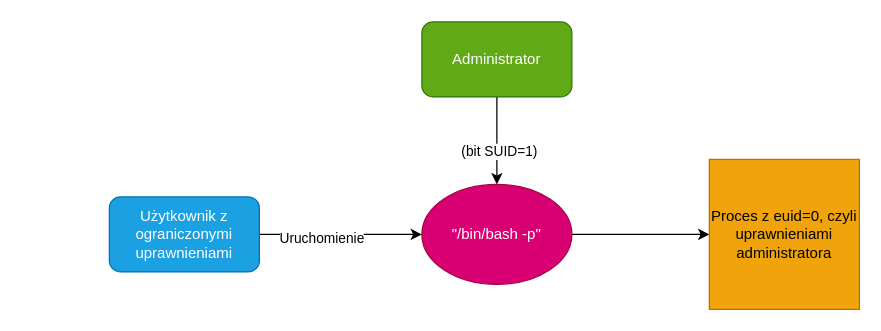
Above: Diagrams/Eskalacja - teoria.drawio in mdkochanowicz/Security-of-Operating-Systems-in-Virtual-Environments (draw.io), before the change. Source tidied: cells renumbered, new cells numbered last; positions are measured from the earlier drawing's top-left corner, leaving out a move shared by most shapes. Both pictures are drawn from the tidied source at 125%, with x=0, y=0 at pixel (109, 21).
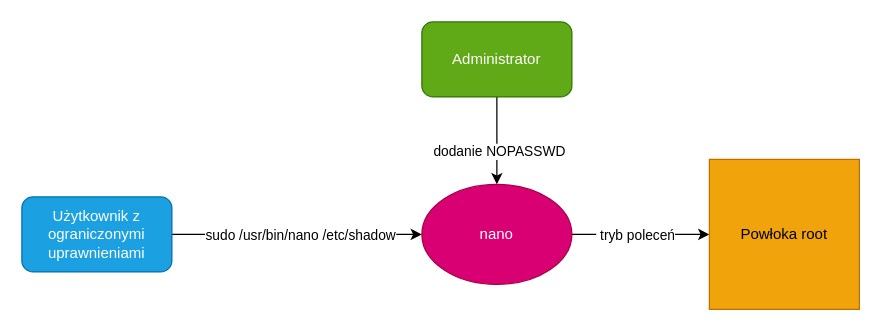
The same page after the edit.

What changed in the source:
```diff
@@
 <mxGraphModel>
   <root>
     <mxCell id="0" />
     <mxCell id="1" parent="0" />
     <mxCell id="2" style="edgeStyle=orthogonalEdgeStyle;rounded=0;jettySize=auto;html=1;entryX=0;entryY=0.5;entryDx=0;entryDy=0;strokeColor=light-dark(#000000,#000000);" parent="1" edge="1" source="4" target="6">
       <mxGeometry relative="1" as="geometry" />
     </mxCell>
-    <mxCell id="3" value="Uruchomienie" style="edgeLabel;html=1;align=center;verticalAlign=middle;" parent="2" vertex="1">
-      <mxGeometry x="-0.24" y="-2" relative="1" as="geometry" />
+    <mxCell id="3" value="sudo /usr/bin/nano /etc/shadow" style="edgeLabel;html=1;align=center;verticalAlign=middle;" parent="2" vertex="1">
+      <mxGeometry x="-0.24" y="-2" relative="1" as="geometry">
+        <mxPoint x="26" y="-2" as="offset" />
+      </mxGeometry>
     </mxCell>
     <mxCell id="4" value="Użytkownik z ograniczonymi uprawnieniami" style="rounded=1;whiteSpace=wrap;html=1;fillColor=#1ba1e2;fontColor=#ffffff;strokeColor=#006EAF;" parent="1" vertex="1">
-      <mxGeometry y="140" width="120" height="60" as="geometry" />
+      <mxGeometry x="-70" y="140" width="120" height="60" as="geometry" />
     </mxCell>
     <mxCell id="5" style="edgeStyle=orthogonalEdgeStyle;rounded=0;jettySize=auto;html=1;exitX=1;exitY=0.5;exitDx=0;exitDy=0;strokeColor=light-dark(#000000,#000000);" parent="1" edge="1" source="6" target="7">
       <mxGeometry relative="1" as="geometry" />
     </mxCell>
+    <mxCell id="11" value="&amp;nbsp;tryb poleceń" style="edgeLabel;html=1;align=center;verticalAlign=middle;" parent="5" vertex="1">
+      <mxGeometry x="-0.31" y="-4" relative="1" as="geometry">
+        <mxPoint x="12" y="-4" as="offset" />
+      </mxGeometry>
+    </mxCell>
-    <mxCell id="6" value="&quot;/bin/bash -p&quot;" style="ellipse;whiteSpace=wrap;html=1;fillColor=#d80073;fontColor=#ffffff;strokeColor=#A50040;" parent="1" vertex="1">
+    <mxCell id="6" value="nano" style="ellipse;whiteSpace=wrap;html=1;fillColor=#d80073;fontColor=#ffffff;strokeColor=#A50040;" parent="1" vertex="1">
       <mxGeometry x="250" y="130" width="120" height="80" as="geometry" />
     </mxCell>
-    <mxCell id="7" value="Proces z euid=0, czyli uprawnieniami administratora" style="whiteSpace=wrap;html=1;fillColor=#f0a30a;fontColor=#000000;strokeColor=#BD7000;" parent="1" vertex="1">
+    <mxCell id="7" value="Powłoka root" style="whiteSpace=wrap;html=1;fillColor=#f0a30a;fontColor=#000000;strokeColor=#BD7000;" parent="1" vertex="1">
       <mxGeometry x="480" y="110" width="120" height="120" as="geometry" />
     </mxCell>
     <mxCell id="8" style="edgeStyle=orthogonalEdgeStyle;rounded=0;jettySize=auto;html=1;exitX=0.5;exitY=1;exitDx=0;exitDy=0;strokeColor=light-dark(#000000,#000000);" parent="1" edge="1" source="10" target="6">
       <mxGeometry relative="1" as="geometry" />
     </mxCell>
-    <mxCell id="9" value="(bit SUID=1)" style="edgeLabel;html=1;align=center;verticalAlign=middle;" parent="8" vertex="1">
+    <mxCell id="9" value="dodanie NOPASSWD" style="edgeLabel;html=1;align=center;verticalAlign=middle;" parent="8" vertex="1">
       <mxGeometry x="0.22" y="1" relative="1" as="geometry" />
     </mxCell>
     <mxCell id="10" value="Administrator" style="rounded=1;whiteSpace=wrap;html=1;fillColor=#60a917;fontColor=#ffffff;strokeColor=#2D7600;" parent="1" vertex="1">
       <mxGeometry x="250" width="120" height="60" as="geometry" />
     </mxCell>
   </root>
 </mxGraphModel>
```
